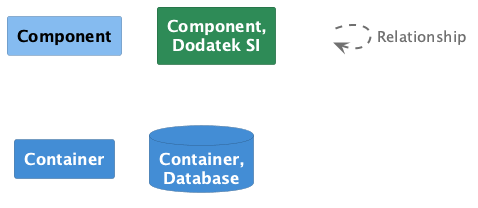
This is architecture/diagrams/structurizr-D3-Iskanje-po-identifikatorjih-key.png from UM-KGPI/eFTI-Gate-SI, a PlantUML export, as it was before one commit.
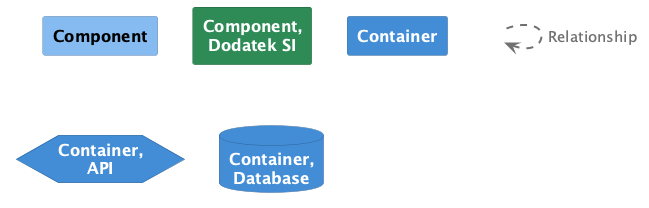
The same file after the commit.

Diff of the diagram source:
```diff
@@ -37,15 +37,22 @@
 }
 rectangle "==Container" <<3>>
 
-skinparam database<<4>> {
+skinparam hexagon<<4>> {
   BackgroundColor #438dd5
   FontColor #ffffff
   BorderColor #2e6295
 }
-database "==Container, Database" <<4>>
+hexagon "==Container, API" <<4>>
 
-rectangle "." <<_transparent>> as 5
-5 .[#707070,thickness=2].> 5 : "<color:#707070>Relationship"
+skinparam database<<5>> {
+  BackgroundColor #438dd5
+  FontColor #ffffff
+  BorderColor #2e6295
+}
+database "==Container, Database" <<5>>
+
+rectangle "." <<_transparent>> as 6
+6 .[#707070,thickness=2].> 6 : "<color:#707070>Relationship"
 
 
 @enduml
```
